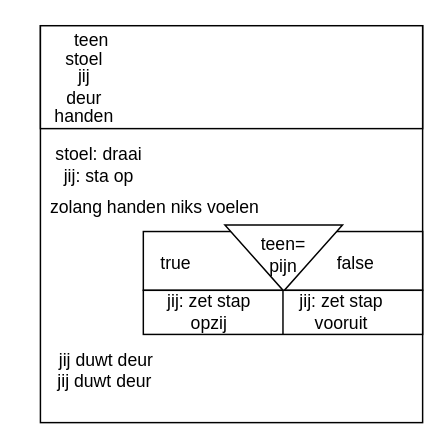
Before: psd/PSD1.drawio in L-robeerst/educom-essentials, a draw.io diagram. Source tidied: cells renumbered, new cells numbered last; positions are measured from the earlier drawing's top-left corner, leaving out a move shared by most shapes. Both pictures are drawn from the tidied source at 147%, with x=0, y=0 at pixel (25, 25).
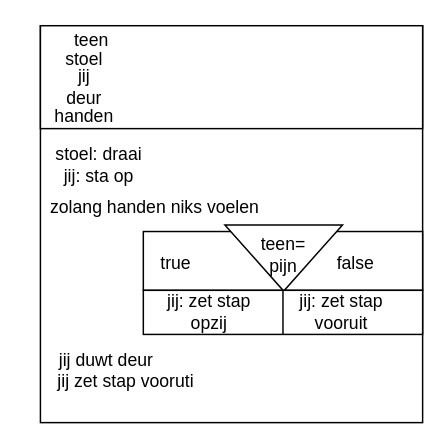
The same page after the edit.

Commit message (it also covers changes not shown here):
PSD opdracht 3 Programma #8

Diff of the diagram source:
```diff
@@
-    <mxCell id="23" value="jij duwt deur" style="text;html=1;" parent="1" vertex="1">
+    <mxCell id="23" value="jij zet stap vooruti" style="text;html=1;" parent="1" vertex="1">
       <mxGeometry x="20" y="227.5" width="90" height="30" as="geometry" />
     </mxCell>
```
